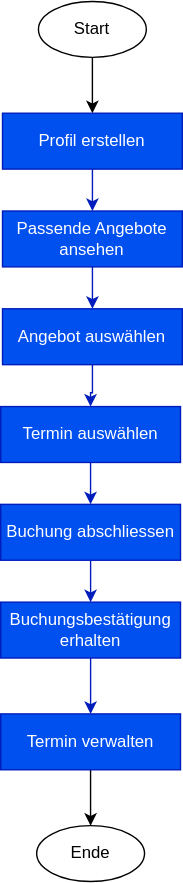
Above: my-app/static/img/Workflow.drawio.svg in Emamnuelwalter/prototyping_final_project_proobos_app (draw.io), before the change. Source tidied: cells renumbered, new cells last; positions are measured from the earlier drawing's top-left corner, leaving out a move shared by most shapes.
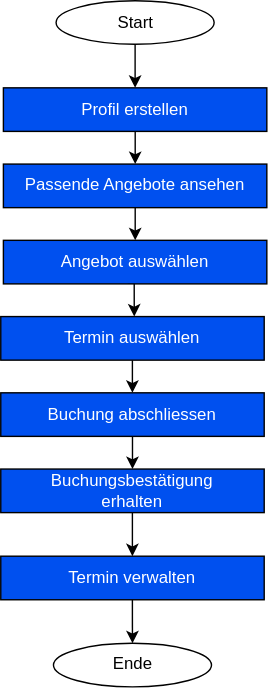
After the commit.

Diff of the diagram source:
```diff
@@ -3,58 +3,61 @@
     <mxCell id="0" />
     <mxCell id="1" parent="0" />
     <mxCell id="2" style="group;" parent="1" vertex="1">
-      <mxGeometry width="130" height="630" as="geometry" />
+      <mxGeometry width="190" height="490" as="geometry" />
     </mxCell>
-    <mxCell id="3" style="edgeStyle=orthogonalEdgeStyle;rounded=0;jettySize=auto;html=1;exitX=0.5;exitY=1;exitDx=0;exitDy=0;entryX=0.5;entryY=0;entryDx=0;entryDy=0;" parent="2" edge="1" source="4" target="6">
+    <mxCell id="3" style="edgeStyle=orthogonalEdgeStyle;rounded=0;jettySize=auto;html=1;exitX=0.5;exitY=1;exitDx=0;exitDy=0;entryX=0.5;entryY=0;entryDx=0;entryDy=0;strokeColor=light-dark(#000000,#FFFFFF);" parent="2" edge="1" source="4" target="6">
       <mxGeometry relative="1" as="geometry" />
     </mxCell>
     <mxCell id="4" value="&lt;font style=&quot;color: light-dark(rgb(0, 0, 0), rgb(5, 4, 2));&quot;&gt;Start&lt;/font&gt;" style="ellipse;whiteSpace=wrap;html=1;fillColor=light-dark(#FFFFFF,#97D077);" parent="2" vertex="1">
-      <mxGeometry x="27" width="77.2" height="40" as="geometry" />
+      <mxGeometry x="39.5" width="112.9" height="31.1" as="geometry" />
     </mxCell>
-    <mxCell id="5" style="edgeStyle=orthogonalEdgeStyle;rounded=0;jettySize=auto;html=1;fillColor=#0050ef;strokeColor=#001DBC;" parent="2" edge="1" source="6" target="16">
+    <mxCell id="5" style="edgeStyle=orthogonalEdgeStyle;rounded=0;jettySize=auto;html=1;fillColor=#0050ef;strokeColor=light-dark(#000000,#FFFFFF);" parent="2" edge="1" source="6" target="16">
       <mxGeometry relative="1" as="geometry" />
     </mxCell>
-    <mxCell id="6" value="Profil erstellen" style="rounded=0;whiteSpace=wrap;html=1;fillColor=#0050ef;fontColor=#ffffff;strokeColor=#001DBC;" parent="2" vertex="1">
-      <mxGeometry x="1.3" y="80" width="128.7" height="40" as="geometry" />
+    <mxCell id="6" value="Profil erstellen" style="rounded=0;whiteSpace=wrap;html=1;fillColor=#0050ef;fontColor=#ffffff;strokeColor=light-dark(#000000,#FFFFFF);" parent="2" vertex="1">
+      <mxGeometry x="1.9" y="62.2" width="188.1" height="31.1" as="geometry" />
     </mxCell>
-    <mxCell id="7" style="edgeStyle=orthogonalEdgeStyle;rounded=0;jettySize=auto;html=1;fillColor=#0050ef;strokeColor=#001DBC;" parent="2" edge="1" source="8" target="18">
+    <mxCell id="7" style="edgeStyle=orthogonalEdgeStyle;rounded=0;jettySize=auto;html=1;fillColor=#0050ef;strokeColor=light-dark(#000000,#FFFFFF);" parent="2" edge="1" source="8" target="18">
       <mxGeometry relative="1" as="geometry" />
     </mxCell>
-    <mxCell id="8" value="Buchungsbestätigung&lt;div&gt;erhalten&lt;/div&gt;" style="rounded=0;whiteSpace=wrap;html=1;fillColor=#0050ef;fontColor=#ffffff;strokeColor=#001DBC;" parent="2" vertex="1">
-      <mxGeometry y="430" width="128.7" height="40" as="geometry" />
+    <mxCell id="8" value="Buchungsbestätigung&lt;div&gt;erhalten&lt;/div&gt;" style="rounded=0;whiteSpace=wrap;html=1;fillColor=#0050ef;fontColor=#ffffff;strokeColor=light-dark(#000000,#FFFFFF);" parent="2" vertex="1">
+      <mxGeometry y="334.4" width="188.1" height="31.1" as="geometry" />
     </mxCell>
-    <mxCell id="9" style="edgeStyle=orthogonalEdgeStyle;rounded=0;jettySize=auto;html=1;exitX=0.5;exitY=1;exitDx=0;exitDy=0;entryX=0.5;entryY=0;entryDx=0;entryDy=0;fillColor=#0050ef;strokeColor=#001DBC;" parent="2" edge="1" source="10" target="8">
+    <mxCell id="9" style="edgeStyle=orthogonalEdgeStyle;rounded=0;jettySize=auto;html=1;exitX=0.5;exitY=1;exitDx=0;exitDy=0;entryX=0.5;entryY=0;entryDx=0;entryDy=0;fillColor=#0050ef;strokeColor=light-dark(#000000,#FFFFFF);" parent="2" edge="1" source="10" target="8">
       <mxGeometry relative="1" as="geometry" />
     </mxCell>
-    <mxCell id="10" value="Buchung abschliessen" style="rounded=0;whiteSpace=wrap;html=1;fillColor=#0050ef;fontColor=#ffffff;strokeColor=#001DBC;" parent="2" vertex="1">
-      <mxGeometry y="360" width="128.7" height="40" as="geometry" />
+    <mxCell id="10" value="Buchung abschliessen" style="rounded=0;whiteSpace=wrap;html=1;fillColor=#0050ef;fontColor=#ffffff;strokeColor=light-dark(#000000,#FFFFFF);" parent="2" vertex="1">
+      <mxGeometry y="280" width="188.1" height="31.1" as="geometry" />
     </mxCell>
-    <mxCell id="11" style="edgeStyle=orthogonalEdgeStyle;rounded=0;jettySize=auto;html=1;fillColor=#0050ef;strokeColor=#001DBC;" parent="2" edge="1" source="12" target="10">
+    <mxCell id="11" style="edgeStyle=orthogonalEdgeStyle;rounded=0;jettySize=auto;html=1;fillColor=#0050ef;strokeColor=light-dark(#000000,#FFFFFF);" parent="2" edge="1" source="12" target="10">
       <mxGeometry relative="1" as="geometry" />
     </mxCell>
-    <mxCell id="12" value="Termin auswählen" style="rounded=0;whiteSpace=wrap;html=1;fillColor=#0050ef;fontColor=#ffffff;strokeColor=#001DBC;" parent="2" vertex="1">
-      <mxGeometry y="290" width="128.7" height="40" as="geometry" />
+    <mxCell id="12" value="Termin auswählen" style="rounded=0;whiteSpace=wrap;html=1;fillColor=#0050ef;fontColor=#ffffff;strokeColor=light-dark(#000000,#FFFFFF);" parent="2" vertex="1">
+      <mxGeometry y="225.6" width="188.1" height="31.1" as="geometry" />
     </mxCell>
-    <mxCell id="13" style="edgeStyle=orthogonalEdgeStyle;rounded=0;jettySize=auto;html=1;fillColor=#0050ef;strokeColor=#001DBC;" parent="2" edge="1" source="14" target="12">
-      <mxGeometry relative="1" as="geometry" />
+    <mxCell id="13" style="edgeStyle=orthogonalEdgeStyle;rounded=0;orthogonalLoop=1;jettySize=auto;html=1;fillColor=#0050ef;strokeColor=light-dark(#000000,#FFFFFF);entryX=0.511;entryY=0.011;entryDx=0;entryDy=0;entryPerimeter=0;exitX=0.476;exitY=0.995;exitDx=0;exitDy=0;exitPerimeter=0;" parent="2" edge="1">
+      <mxGeometry relative="1" as="geometry">
+        <mxPoint x="90.6" y="201.7" as="sourcePoint" />
+        <mxPoint x="95.3" y="225.6" as="targetPoint" />
+      </mxGeometry>
     </mxCell>
-    <mxCell id="14" value="Angebot auswählen" style="rounded=0;whiteSpace=wrap;html=1;fillColor=#0050ef;fontColor=#ffffff;strokeColor=#001DBC;" parent="2" vertex="1">
-      <mxGeometry x="1.3" y="220" width="128.7" height="40" as="geometry" />
+    <mxCell id="14" value="Angebot auswählen" style="rounded=0;whiteSpace=wrap;html=1;fillColor=#0050ef;fontColor=#ffffff;strokeColor=light-dark(#000000,#FFFFFF);" parent="2" vertex="1">
+      <mxGeometry x="1.9" y="171.1" width="188.1" height="31.1" as="geometry" />
     </mxCell>
-    <mxCell id="15" style="edgeStyle=orthogonalEdgeStyle;rounded=0;jettySize=auto;html=1;fillColor=#0050ef;strokeColor=#001DBC;" parent="2" edge="1" source="16" target="14">
+    <mxCell id="15" style="edgeStyle=orthogonalEdgeStyle;rounded=0;jettySize=auto;html=1;fillColor=#0050ef;strokeColor=light-dark(#000000,#FFFFFF);" parent="2" edge="1" source="16" target="14">
       <mxGeometry relative="1" as="geometry" />
     </mxCell>
-    <mxCell id="16" value="Passende Angebote ansehen" style="rounded=0;whiteSpace=wrap;html=1;fillColor=#0050ef;fontColor=#ffffff;strokeColor=#001DBC;" parent="2" vertex="1">
-      <mxGeometry x="1.3" y="150" width="128.7" height="40" as="geometry" />
+    <mxCell id="16" value="Passende Angebote ansehen" style="rounded=0;whiteSpace=wrap;html=1;fillColor=#0050ef;fontColor=#ffffff;strokeColor=light-dark(#000000,#FFFFFF);" parent="2" vertex="1">
+      <mxGeometry x="1.9" y="116.7" width="188.1" height="31.1" as="geometry" />
     </mxCell>
     <mxCell id="17" style="edgeStyle=orthogonalEdgeStyle;rounded=0;jettySize=auto;html=1;" parent="2" edge="1" source="18" target="19">
       <mxGeometry relative="1" as="geometry" />
     </mxCell>
-    <mxCell id="18" value="Termin verwalten" style="rounded=0;whiteSpace=wrap;html=1;fillColor=#0050ef;fontColor=#ffffff;strokeColor=#001DBC;" parent="2" vertex="1">
-      <mxGeometry y="510" width="128.7" height="40" as="geometry" />
+    <mxCell id="18" value="Termin verwalten" style="rounded=0;whiteSpace=wrap;html=1;fillColor=#0050ef;fontColor=#ffffff;strokeColor=light-dark(#000000,#FFFFFF);" parent="2" vertex="1">
+      <mxGeometry y="396.7" width="188.1" height="31.1" as="geometry" />
     </mxCell>
     <mxCell id="19" value="&lt;font style=&quot;color: light-dark(rgb(0, 0, 0), rgb(5, 4, 2));&quot;&gt;Ende&lt;/font&gt;" style="ellipse;whiteSpace=wrap;html=1;fillColor=light-dark(#FFFFFF,#97D077);" parent="2" vertex="1">
-      <mxGeometry x="25.7" y="590" width="77.2" height="40" as="geometry" />
+      <mxGeometry x="37.6" y="458.9" width="112.9" height="31.1" as="geometry" />
     </mxCell>
   </root>
 </mxGraphModel>
```
